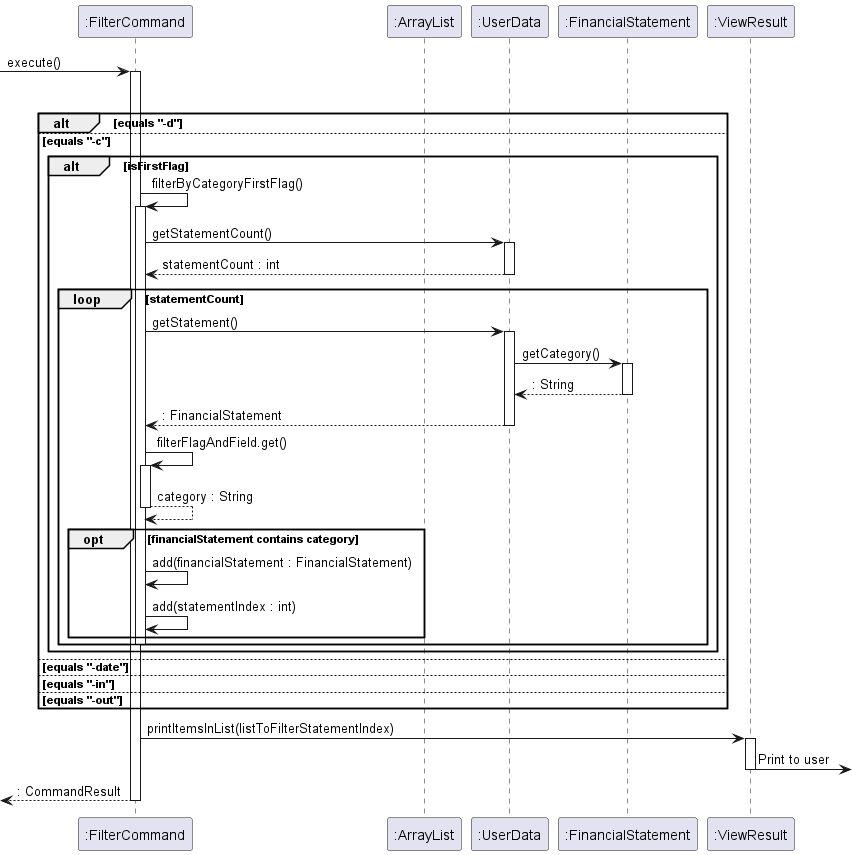
Before: docs/images/DeveloperGuide/FilterCommand.png, a diagram exported from PlantUML (nus-cs2113-AY2223S2/tp).
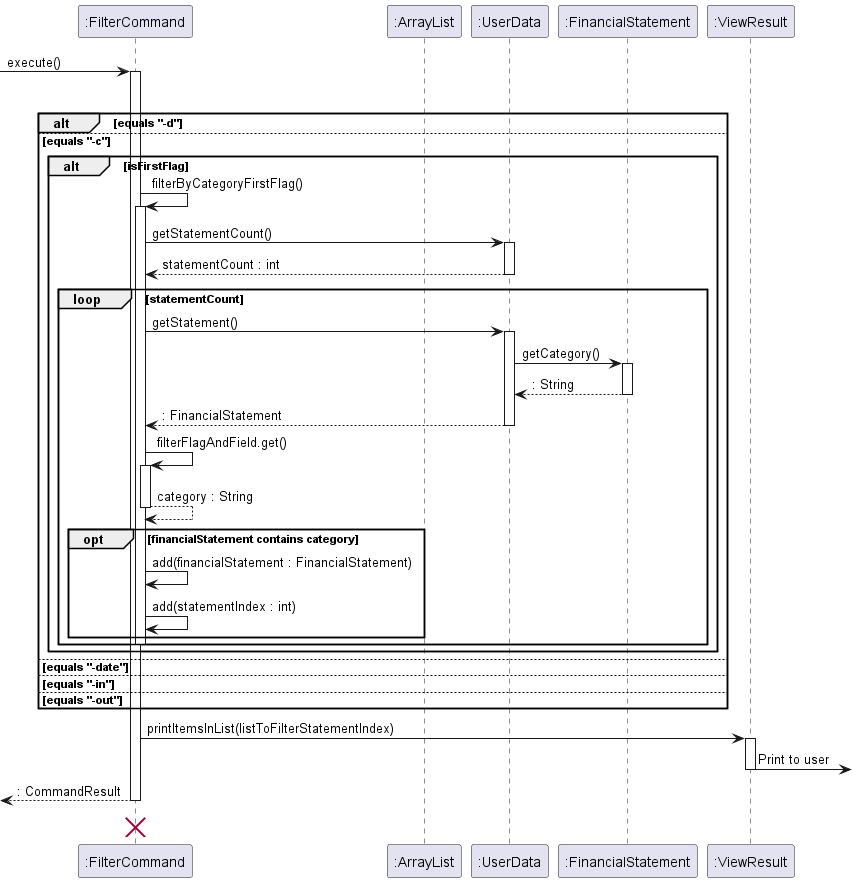
The same diagram one commit later.

Change to the diagram source:
```diff
@@ -10,9 +10,9 @@
 [-> FilterCommand : execute()
 activate FilterCommand
 
-
 loop filterFlagAndField.size()
     alt equals "-d"
+
     else equals "-c"
         alt isFirstFlag
             FilterCommand -> FilterCommand : filterByCategoryFirstFlag()
@@ -56,8 +56,9 @@
 ViewResult -> :Print to user
 deactivate ViewResult
 
-
 [<--FilterCommand : : CommandResult
 deactivate FilterCommand
+FilterCommand <-[hidden]- FilterCommand
+destroy FilterCommand
 
 @enduml
```
